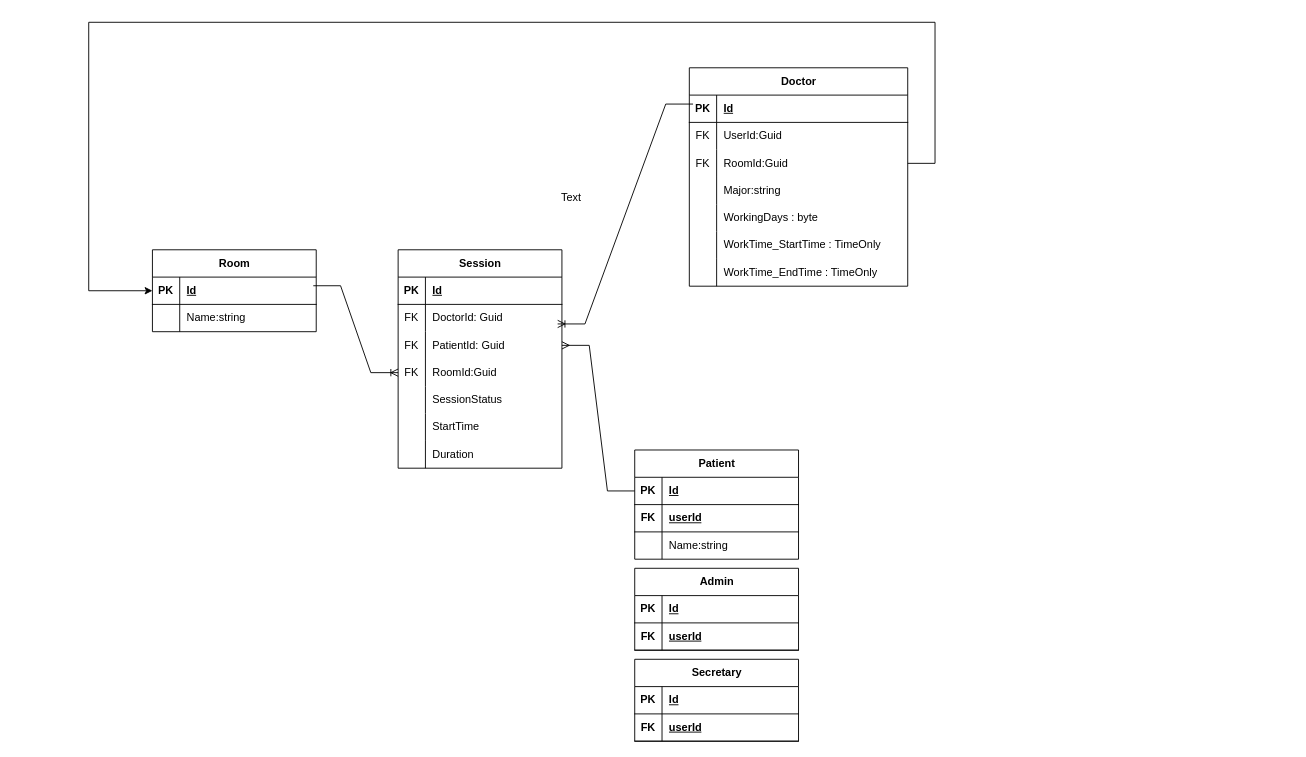
This is diagrams/Database.drawio from Azero77/PrivateClinicalSystem, a draw.io file, before an edit. Source tidied: cells renumbered, new cells numbered last; positions are measured from the earlier drawing's top-left corner, leaving out a move shared by most shapes. Both pictures are drawn from the tidied source at 91%, with x=0, y=0 at pixel (88, 22).
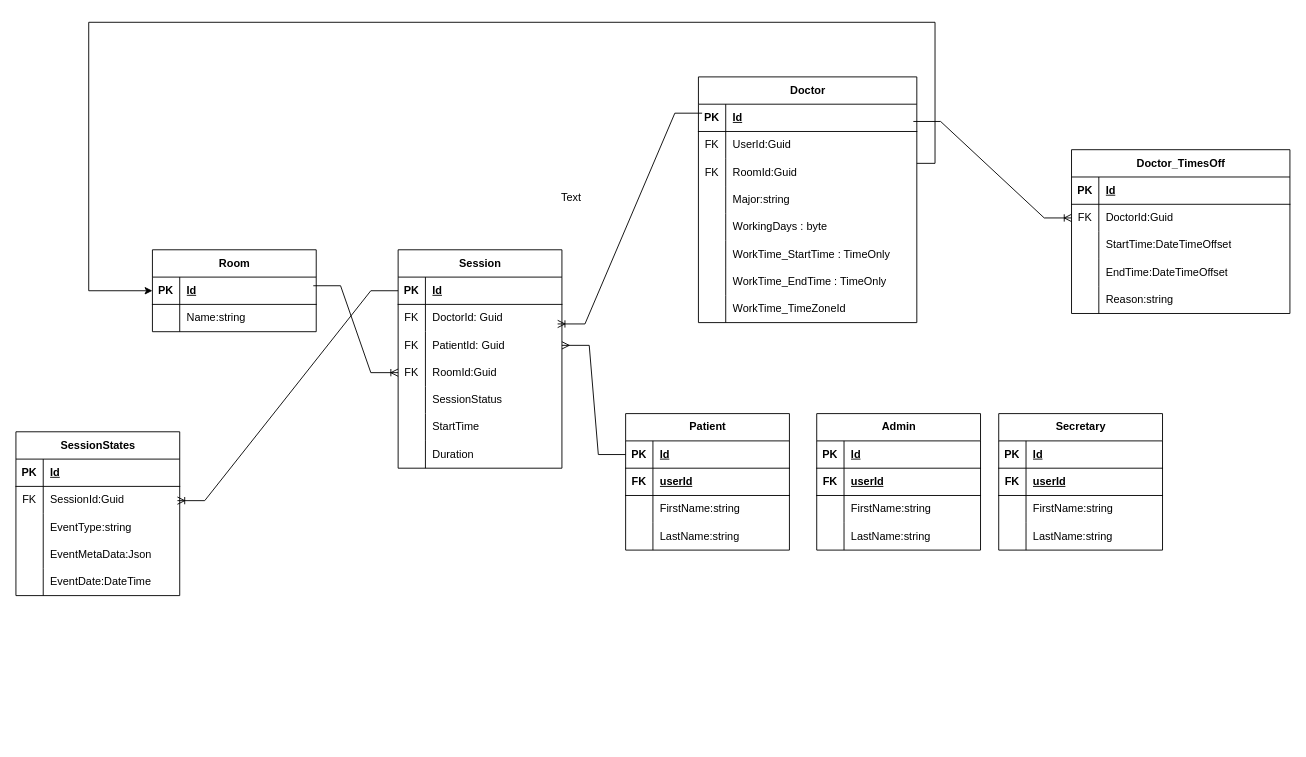
The same diagram, later.

Unchanged cells that the change refers to:
```xml
<mxCell id="3" style="shape=tableRow;horizontal=0;startSize=0;swimlaneHead=0;swimlaneBody=0;fillColor=none;points=[[0,0.5],[1,0.5]];portConstraint=eastwest;top=0;left=0;right=0;bottom=1;" parent="2" vertex="1">
  <mxGeometry y="30" width="180" height="30" as="geometry" />
</mxCell>
<mxCell id="25" style="shape=tableRow;horizontal=0;startSize=0;swimlaneHead=0;swimlaneBody=0;fillColor=none;points=[[0,0.5],[1,0.5]];portConstraint=eastwest;top=0;left=0;right=0;bottom=1;" parent="24" vertex="1">
  <mxGeometry y="30" width="240" height="30" as="geometry" />
</mxCell>
<mxCell id="62" style="shape=tableRow;horizontal=0;startSize=0;swimlaneHead=0;swimlaneBody=0;fillColor=none;top=0;left=0;right=0;bottom=0;" parent="55" vertex="1">
  <mxGeometry y="90" width="180" height="30" as="geometry" />
</mxCell>
```

Change to the diagram source:
```diff
@@
+    <mxCell id="82" value="SessionStates" style="shape=table;startSize=30;childLayout=tableLayout;rowLines=0;fontStyle=1;align=center;html=1;" parent="1" vertex="1">
+      <mxGeometry x="-80" y="450" width="180" height="180" as="geometry" />
+    </mxCell>
+    <mxCell id="83" style="shape=tableRow;horizontal=0;startSize=0;swimlaneHead=0;swimlaneBody=0;fillColor=none;top=0;left=0;right=0;bottom=1;" parent="82" vertex="1">
+      <mxGeometry y="30" width="180" height="30" as="geometry" />
+    </mxCell>
+    <mxCell id="84" value="PK" style="shape=partialRectangle;fillColor=none;top=0;left=0;bottom=0;right=0;fontStyle=1;overflow=hidden;whiteSpace=wrap;html=1;" parent="83" vertex="1">
+      <mxGeometry width="30" height="30" as="geometry" />
+    </mxCell>
+    <mxCell id="85" value="Id" style="shape=partialRectangle;fillColor=none;top=0;left=0;bottom=0;right=0;align=left;spacingLeft=6;fontStyle=5;overflow=hidden;whiteSpace=wrap;html=1;" parent="83" vertex="1">
+      <mxGeometry x="30" width="150" height="30" as="geometry" />
+    </mxCell>
+    <mxCell id="86" style="shape=tableRow;horizontal=0;startSize=0;swimlaneHead=0;swimlaneBody=0;fillColor=none;points=[[0,0.5],[1,0.5]];portConstraint=eastwest;top=0;left=0;right=0;bottom=0;" parent="82" vertex="1">
+      <mxGeometry y="60" width="180" height="30" as="geometry" />
+    </mxCell>
+    <mxCell id="87" value="FK" style="shape=partialRectangle;fillColor=none;top=0;left=0;bottom=0;right=0;overflow=hidden;whiteSpace=wrap;html=1;" parent="86" vertex="1">
+      <mxGeometry width="30" height="30" as="geometry" />
+    </mxCell>
+    <mxCell id="88" value="SessionId:Guid" style="shape=partialRectangle;fillColor=none;top=0;left=0;bottom=0;right=0;align=left;spacingLeft=6;overflow=hidden;whiteSpace=wrap;html=1;" parent="86" vertex="1">
+      <mxGeometry x="30" width="150" height="30" as="geometry" />
+    </mxCell>
+    <mxCell id="89" style="shape=tableRow;horizontal=0;startSize=0;swimlaneHead=0;swimlaneBody=0;fillColor=none;top=0;left=0;right=0;bottom=0;" parent="82" vertex="1">
+      <mxGeometry y="90" width="180" height="30" as="geometry" />
+    </mxCell>
+    <mxCell id="90" style="shape=partialRectangle;fillColor=none;top=0;left=0;bottom=0;right=0;overflow=hidden;whiteSpace=wrap;html=1;" parent="89" vertex="1">
+      <mxGeometry width="30" height="30" as="geometry" />
+    </mxCell>
+    <mxCell id="91" value="EventType:string" style="shape=partialRectangle;fillColor=none;top=0;left=0;bottom=0;right=0;align=left;spacingLeft=6;overflow=hidden;whiteSpace=wrap;html=1;" parent="89" vertex="1">
+      <mxGeometry x="30" width="150" height="30" as="geometry" />
+    </mxCell>
+    <mxCell id="92" style="shape=tableRow;horizontal=0;startSize=0;swimlaneHead=0;swimlaneBody=0;fillColor=none;top=0;left=0;right=0;bottom=0;" parent="82" vertex="1">
+      <mxGeometry y="120" width="180" height="30" as="geometry" />
+    </mxCell>
+    <mxCell id="93" style="shape=partialRectangle;fillColor=none;top=0;left=0;bottom=0;right=0;overflow=hidden;whiteSpace=wrap;html=1;" parent="92" vertex="1">
+      <mxGeometry width="30" height="30" as="geometry" />
+    </mxCell>
+    <mxCell id="94" value="EventMetaData:Json" style="shape=partialRectangle;fillColor=none;top=0;left=0;bottom=0;right=0;align=left;spacingLeft=6;overflow=hidden;whiteSpace=wrap;html=1;" parent="92" vertex="1">
+      <mxGeometry x="30" width="150" height="30" as="geometry" />
+    </mxCell>
+    <mxCell id="95" style="shape=tableRow;horizontal=0;startSize=0;swimlaneHead=0;swimlaneBody=0;fillColor=none;top=0;left=0;right=0;bottom=0;" parent="82" vertex="1">
+      <mxGeometry y="150" width="180" height="30" as="geometry" />
+    </mxCell>
+    <mxCell id="96" style="shape=partialRectangle;fillColor=none;top=0;left=0;bottom=0;right=0;overflow=hidden;whiteSpace=wrap;html=1;" parent="95" vertex="1">
+      <mxGeometry width="30" height="30" as="geometry" />
+    </mxCell>
+    <mxCell id="97" value="EventDate:DateTime" style="shape=partialRectangle;fillColor=none;top=0;left=0;bottom=0;right=0;align=left;spacingLeft=6;overflow=hidden;whiteSpace=wrap;html=1;" parent="95" vertex="1">
+      <mxGeometry x="30" width="150" height="30" as="geometry" />
+    </mxCell>
     <mxCell id="24" value="Doctor" style="shape=table;startSize=30;childLayout=tableLayout;rowLines=0;fontStyle=1;align=center;html=1;" parent="1" vertex="1">
-      <mxGeometry x="660" y="50" width="240" height="240" as="geometry" />
+      <mxGeometry x="670" y="60" width="240" height="270" as="geometry" />
     </mxCell>
@@
+    <mxCell id="98" style="shape=tableRow;horizontal=0;startSize=0;swimlaneHead=0;swimlaneBody=0;fillColor=none;top=0;left=0;right=0;bottom=0;" parent="24" vertex="1">
+      <mxGeometry y="240" width="240" height="30" as="geometry" />
+    </mxCell>
+    <mxCell id="99" style="shape=partialRectangle;fillColor=none;top=0;left=0;bottom=0;right=0;overflow=hidden;whiteSpace=wrap;html=1;" parent="98" vertex="1">
+      <mxGeometry width="30" height="30" as="geometry" />
+    </mxCell>
+    <mxCell id="100" value="WorkTime_TimeZoneId" style="shape=partialRectangle;fillColor=none;top=0;left=0;bottom=0;right=0;align=left;spacingLeft=6;overflow=hidden;whiteSpace=wrap;html=1;" parent="98" vertex="1">
+      <mxGeometry x="30" width="210" height="30" as="geometry" />
+    </mxCell>
@@
     <mxCell id="55" value="Patient" style="shape=table;startSize=30;childLayout=tableLayout;rowLines=0;fontStyle=1;align=center;html=1;" parent="1" vertex="1">
-      <mxGeometry x="600" y="470" width="180" height="120" as="geometry" />
+      <mxGeometry x="590" y="430" width="180" height="150" as="geometry" />
     </mxCell>
@@
-    <mxCell id="64" value="Name:string" style="shape=partialRectangle;fillColor=none;top=0;left=0;bottom=0;right=0;align=left;spacingLeft=6;overflow=hidden;whiteSpace=wrap;html=1;" parent="62" vertex="1">
+    <mxCell id="64" value="FirstName:string" style="shape=partialRectangle;fillColor=none;top=0;left=0;bottom=0;right=0;align=left;spacingLeft=6;overflow=hidden;whiteSpace=wrap;html=1;" parent="62" vertex="1">
       <mxGeometry x="30" width="150" height="30" as="geometry" />
     </mxCell>
+    <mxCell id="101" style="shape=tableRow;horizontal=0;startSize=0;swimlaneHead=0;swimlaneBody=0;fillColor=none;top=0;left=0;right=0;bottom=0;" parent="55" vertex="1">
+      <mxGeometry y="120" width="180" height="30" as="geometry" />
+    </mxCell>
+    <mxCell id="102" style="shape=partialRectangle;fillColor=none;top=0;left=0;bottom=0;right=0;overflow=hidden;whiteSpace=wrap;html=1;" parent="101" vertex="1">
+      <mxGeometry width="30" height="30" as="geometry" />
+    </mxCell>
+    <mxCell id="103" value="LastName:string" style="shape=partialRectangle;fillColor=none;top=0;left=0;bottom=0;right=0;align=left;spacingLeft=6;overflow=hidden;whiteSpace=wrap;html=1;" parent="101" vertex="1">
+      <mxGeometry x="30" width="150" height="30" as="geometry" />
+    </mxCell>
+    <mxCell id="73" value="Secretary" style="shape=table;startSize=30;childLayout=tableLayout;rowLines=0;fontStyle=1;align=center;html=1;" parent="1" vertex="1">
+      <mxGeometry x="1000" y="430" width="180" height="150" as="geometry" />
+    </mxCell>
+    <mxCell id="104" style="shape=tableRow;horizontal=0;startSize=0;swimlaneHead=0;swimlaneBody=0;fillColor=none;top=0;left=0;right=0;bottom=1;" parent="73" vertex="1">
+      <mxGeometry y="30" width="180" height="30" as="geometry" />
+    </mxCell>
+    <mxCell id="105" value="PK" style="shape=partialRectangle;fillColor=none;top=0;left=0;bottom=0;right=0;fontStyle=1;overflow=hidden;whiteSpace=wrap;html=1;" parent="104" vertex="1">
+      <mxGeometry width="30" height="30" as="geometry" />
+    </mxCell>
+    <mxCell id="106" value="Id" style="shape=partialRectangle;fillColor=none;top=0;left=0;bottom=0;right=0;align=left;spacingLeft=6;fontStyle=5;overflow=hidden;whiteSpace=wrap;html=1;" parent="104" vertex="1">
+      <mxGeometry x="30" width="150" height="30" as="geometry" />
+    </mxCell>
+    <mxCell id="107" style="shape=tableRow;horizontal=0;startSize=0;swimlaneHead=0;swimlaneBody=0;fillColor=none;top=0;left=0;right=0;bottom=1;" parent="73" vertex="1">
+      <mxGeometry y="60" width="180" height="30" as="geometry" />
+    </mxCell>
+    <mxCell id="108" value="FK" style="shape=partialRectangle;fillColor=none;top=0;left=0;bottom=0;right=0;fontStyle=1;overflow=hidden;whiteSpace=wrap;html=1;" parent="107" vertex="1">
+      <mxGeometry width="30" height="30" as="geometry" />
+    </mxCell>
+    <mxCell id="109" value="userId" style="shape=partialRectangle;fillColor=none;top=0;left=0;bottom=0;right=0;align=left;spacingLeft=6;fontStyle=5;overflow=hidden;whiteSpace=wrap;html=1;" parent="107" vertex="1">
+      <mxGeometry x="30" width="150" height="30" as="geometry" />
+    </mxCell>
+    <mxCell id="110" style="shape=tableRow;horizontal=0;startSize=0;swimlaneHead=0;swimlaneBody=0;fillColor=none;top=0;left=0;right=0;bottom=0;" parent="73" vertex="1">
+      <mxGeometry y="90" width="180" height="30" as="geometry" />
+    </mxCell>
+    <mxCell id="111" style="shape=partialRectangle;fillColor=none;top=0;left=0;bottom=0;right=0;overflow=hidden;whiteSpace=wrap;html=1;" parent="110" vertex="1">
+      <mxGeometry width="30" height="30" as="geometry" />
+    </mxCell>
+    <mxCell id="112" value="FirstName:string" style="shape=partialRectangle;fillColor=none;top=0;left=0;bottom=0;right=0;align=left;spacingLeft=6;overflow=hidden;whiteSpace=wrap;html=1;" parent="110" vertex="1">
+      <mxGeometry x="30" width="150" height="30" as="geometry" />
+    </mxCell>
+    <mxCell id="113" style="shape=tableRow;horizontal=0;startSize=0;swimlaneHead=0;swimlaneBody=0;fillColor=none;top=0;left=0;right=0;bottom=0;" parent="73" vertex="1">
+      <mxGeometry y="120" width="180" height="30" as="geometry" />
+    </mxCell>
+    <mxCell id="114" style="shape=partialRectangle;fillColor=none;top=0;left=0;bottom=0;right=0;overflow=hidden;whiteSpace=wrap;html=1;" parent="113" vertex="1">
+      <mxGeometry width="30" height="30" as="geometry" />
+    </mxCell>
+    <mxCell id="115" value="LastName:string" style="shape=partialRectangle;fillColor=none;top=0;left=0;bottom=0;right=0;align=left;spacingLeft=6;overflow=hidden;whiteSpace=wrap;html=1;" parent="113" vertex="1">
+      <mxGeometry x="30" width="150" height="30" as="geometry" />
+    </mxCell>
+    <mxCell id="66" value="Admin" style="shape=table;startSize=30;childLayout=tableLayout;rowLines=0;fontStyle=1;align=center;html=1;" parent="1" vertex="1">
+      <mxGeometry x="800" y="430" width="180" height="150" as="geometry" />
+    </mxCell>
+    <mxCell id="116" style="shape=tableRow;horizontal=0;startSize=0;swimlaneHead=0;swimlaneBody=0;fillColor=none;top=0;left=0;right=0;bottom=1;" parent="66" vertex="1">
+      <mxGeometry y="30" width="180" height="30" as="geometry" />
+    </mxCell>
+    <mxCell id="117" value="PK" style="shape=partialRectangle;fillColor=none;top=0;left=0;bottom=0;right=0;fontStyle=1;overflow=hidden;whiteSpace=wrap;html=1;" parent="116" vertex="1">
+      <mxGeometry width="30" height="30" as="geometry" />
+    </mxCell>
+    <mxCell id="118" value="Id" style="shape=partialRectangle;fillColor=none;top=0;left=0;bottom=0;right=0;align=left;spacingLeft=6;fontStyle=5;overflow=hidden;whiteSpace=wrap;html=1;" parent="116" vertex="1">
+      <mxGeometry x="30" width="150" height="30" as="geometry" />
+    </mxCell>
+    <mxCell id="119" style="shape=tableRow;horizontal=0;startSize=0;swimlaneHead=0;swimlaneBody=0;fillColor=none;top=0;left=0;right=0;bottom=1;" parent="66" vertex="1">
+      <mxGeometry y="60" width="180" height="30" as="geometry" />
+    </mxCell>
+    <mxCell id="120" value="FK" style="shape=partialRectangle;fillColor=none;top=0;left=0;bottom=0;right=0;fontStyle=1;overflow=hidden;whiteSpace=wrap;html=1;" parent="119" vertex="1">
+      <mxGeometry width="30" height="30" as="geometry" />
+    </mxCell>
+    <mxCell id="121" value="userId" style="shape=partialRectangle;fillColor=none;top=0;left=0;bottom=0;right=0;align=left;spacingLeft=6;fontStyle=5;overflow=hidden;whiteSpace=wrap;html=1;" parent="119" vertex="1">
+      <mxGeometry x="30" width="150" height="30" as="geometry" />
+    </mxCell>
+    <mxCell id="122" style="shape=tableRow;horizontal=0;startSize=0;swimlaneHead=0;swimlaneBody=0;fillColor=none;top=0;left=0;right=0;bottom=0;" parent="66" vertex="1">
+      <mxGeometry y="90" width="180" height="30" as="geometry" />
+    </mxCell>
+    <mxCell id="123" style="shape=partialRectangle;fillColor=none;top=0;left=0;bottom=0;right=0;overflow=hidden;whiteSpace=wrap;html=1;" parent="122" vertex="1">
+      <mxGeometry width="30" height="30" as="geometry" />
+    </mxCell>
+    <mxCell id="124" value="FirstName:string" style="shape=partialRectangle;fillColor=none;top=0;left=0;bottom=0;right=0;align=left;spacingLeft=6;overflow=hidden;whiteSpace=wrap;html=1;" parent="122" vertex="1">
+      <mxGeometry x="30" width="150" height="30" as="geometry" />
+    </mxCell>
+    <mxCell id="125" style="shape=tableRow;horizontal=0;startSize=0;swimlaneHead=0;swimlaneBody=0;fillColor=none;top=0;left=0;right=0;bottom=0;" parent="66" vertex="1">
+      <mxGeometry y="120" width="180" height="30" as="geometry" />
+    </mxCell>
+    <mxCell id="126" style="shape=partialRectangle;fillColor=none;top=0;left=0;bottom=0;right=0;overflow=hidden;whiteSpace=wrap;html=1;" parent="125" vertex="1">
+      <mxGeometry width="30" height="30" as="geometry" />
+    </mxCell>
+    <mxCell id="127" value="LastName:string" style="shape=partialRectangle;fillColor=none;top=0;left=0;bottom=0;right=0;align=left;spacingLeft=6;overflow=hidden;whiteSpace=wrap;html=1;" parent="125" vertex="1">
+      <mxGeometry x="30" width="150" height="30" as="geometry" />
+    </mxCell>
@@
-    <mxCell id="66" value="Admin" style="shape=table;startSize=30;childLayout=tableLayout;rowLines=0;fontStyle=1;align=center;html=1;" parent="1" vertex="1">
-      <mxGeometry x="600" y="600" width="180" height="90" as="geometry" />
-    </mxCell>
-    <mxCell id="67" style="shape=tableRow;horizontal=0;startSize=0;swimlaneHead=0;swimlaneBody=0;fillColor=none;top=0;left=0;right=0;bottom=1;" parent="66" vertex="1">
-      <mxGeometry y="30" width="180" height="30" as="geometry" />
-    </mxCell>
-    <mxCell id="68" value="PK" style="shape=partialRectangle;fillColor=none;top=0;left=0;bottom=0;right=0;fontStyle=1;overflow=hidden;whiteSpace=wrap;html=1;" parent="67" vertex="1">
-      <mxGeometry width="30" height="30" as="geometry" />
-    </mxCell>
-    <mxCell id="69" value="Id" style="shape=partialRectangle;fillColor=none;top=0;left=0;bottom=0;right=0;align=left;spacingLeft=6;fontStyle=5;overflow=hidden;whiteSpace=wrap;html=1;" parent="67" vertex="1">
-      <mxGeometry x="30" width="150" height="30" as="geometry" />
-    </mxCell>
-    <mxCell id="70" style="shape=tableRow;horizontal=0;startSize=0;swimlaneHead=0;swimlaneBody=0;fillColor=none;top=0;left=0;right=0;bottom=1;" parent="66" vertex="1">
-      <mxGeometry y="60" width="180" height="30" as="geometry" />
-    </mxCell>
-    <mxCell id="71" value="FK" style="shape=partialRectangle;fillColor=none;top=0;left=0;bottom=0;right=0;fontStyle=1;overflow=hidden;whiteSpace=wrap;html=1;" parent="70" vertex="1">
-      <mxGeometry width="30" height="30" as="geometry" />
-    </mxCell>
-    <mxCell id="72" value="userId" style="shape=partialRectangle;fillColor=none;top=0;left=0;bottom=0;right=0;align=left;spacingLeft=6;fontStyle=5;overflow=hidden;whiteSpace=wrap;html=1;" parent="70" vertex="1">
-      <mxGeometry x="30" width="150" height="30" as="geometry" />
-    </mxCell>
-    <mxCell id="73" value="Secretary" style="shape=table;startSize=30;childLayout=tableLayout;rowLines=0;fontStyle=1;align=center;html=1;" parent="1" vertex="1">
-      <mxGeometry x="600" y="700" width="180" height="90" as="geometry" />
-    </mxCell>
-    <mxCell id="74" style="shape=tableRow;horizontal=0;startSize=0;swimlaneHead=0;swimlaneBody=0;fillColor=none;top=0;left=0;right=0;bottom=1;" parent="73" vertex="1">
-      <mxGeometry y="30" width="180" height="30" as="geometry" />
-    </mxCell>
-    <mxCell id="75" value="PK" style="shape=partialRectangle;fillColor=none;top=0;left=0;bottom=0;right=0;fontStyle=1;overflow=hidden;whiteSpace=wrap;html=1;" parent="74" vertex="1">
-      <mxGeometry width="30" height="30" as="geometry" />
-    </mxCell>
-    <mxCell id="76" value="Id" style="shape=partialRectangle;fillColor=none;top=0;left=0;bottom=0;right=0;align=left;spacingLeft=6;fontStyle=5;overflow=hidden;whiteSpace=wrap;html=1;" parent="74" vertex="1">
-      <mxGeometry x="30" width="150" height="30" as="geometry" />
-    </mxCell>
-    <mxCell id="77" style="shape=tableRow;horizontal=0;startSize=0;swimlaneHead=0;swimlaneBody=0;fillColor=none;top=0;left=0;right=0;bottom=1;" parent="73" vertex="1">
-      <mxGeometry y="60" width="180" height="30" as="geometry" />
-    </mxCell>
-    <mxCell id="78" value="FK" style="shape=partialRectangle;fillColor=none;top=0;left=0;bottom=0;right=0;fontStyle=1;overflow=hidden;whiteSpace=wrap;html=1;" parent="77" vertex="1">
-      <mxGeometry width="30" height="30" as="geometry" />
-    </mxCell>
-    <mxCell id="79" value="userId" style="shape=partialRectangle;fillColor=none;top=0;left=0;bottom=0;right=0;align=left;spacingLeft=6;fontStyle=5;overflow=hidden;whiteSpace=wrap;html=1;" parent="77" vertex="1">
-      <mxGeometry x="30" width="150" height="30" as="geometry" />
-    </mxCell>
@@
+    <mxCell id="128" value="Doctor_TimesOff" style="shape=table;startSize=30;childLayout=tableLayout;rowLines=0;fontStyle=1;align=center;html=1;" parent="1" vertex="1">
+      <mxGeometry x="1080" y="140" width="240" height="180" as="geometry" />
+    </mxCell>
+    <mxCell id="129" style="shape=tableRow;horizontal=0;startSize=0;swimlaneHead=0;swimlaneBody=0;fillColor=none;top=0;left=0;right=0;bottom=1;" parent="128" vertex="1">
+      <mxGeometry y="30" width="240" height="30" as="geometry" />
+    </mxCell>
+    <mxCell id="130" value="PK" style="shape=partialRectangle;fillColor=none;top=0;left=0;bottom=0;right=0;fontStyle=1;overflow=hidden;whiteSpace=wrap;html=1;" parent="129" vertex="1">
+      <mxGeometry width="30" height="30" as="geometry" />
+    </mxCell>
+    <mxCell id="131" value="Id" style="shape=partialRectangle;fillColor=none;top=0;left=0;bottom=0;right=0;align=left;spacingLeft=6;fontStyle=5;overflow=hidden;whiteSpace=wrap;html=1;" parent="129" vertex="1">
+      <mxGeometry x="30" width="210" height="30" as="geometry" />
+    </mxCell>
+    <mxCell id="132" style="shape=tableRow;horizontal=0;startSize=0;swimlaneHead=0;swimlaneBody=0;fillColor=none;points=[[0,0.5],[1,0.5]];portConstraint=eastwest;top=0;left=0;right=0;bottom=0;" parent="128" vertex="1">
+      <mxGeometry y="60" width="240" height="30" as="geometry" />
+    </mxCell>
+    <mxCell id="133" value="FK" style="shape=partialRectangle;fillColor=none;top=0;left=0;bottom=0;right=0;overflow=hidden;whiteSpace=wrap;html=1;" parent="132" vertex="1">
+      <mxGeometry width="30" height="30" as="geometry" />
+    </mxCell>
+    <mxCell id="134" value="DoctorId:Guid" style="shape=partialRectangle;fillColor=none;top=0;left=0;bottom=0;right=0;align=left;spacingLeft=6;overflow=hidden;whiteSpace=wrap;html=1;" parent="132" vertex="1">
+      <mxGeometry x="30" width="210" height="30" as="geometry" />
+    </mxCell>
+    <mxCell id="135" style="shape=tableRow;horizontal=0;startSize=0;swimlaneHead=0;swimlaneBody=0;fillColor=none;top=0;left=0;right=0;bottom=0;" parent="128" vertex="1">
+      <mxGeometry y="90" width="240" height="30" as="geometry" />
+    </mxCell>
+    <mxCell id="136" style="shape=partialRectangle;fillColor=none;top=0;left=0;bottom=0;right=0;overflow=hidden;whiteSpace=wrap;html=1;" parent="135" vertex="1">
+      <mxGeometry width="30" height="30" as="geometry" />
+    </mxCell>
+    <mxCell id="137" value="StartTime:DateTimeOffset" style="shape=partialRectangle;fillColor=none;top=0;left=0;bottom=0;right=0;align=left;spacingLeft=6;overflow=hidden;whiteSpace=wrap;html=1;" parent="135" vertex="1">
+      <mxGeometry x="30" width="210" height="30" as="geometry" />
+    </mxCell>
+    <mxCell id="138" style="shape=tableRow;horizontal=0;startSize=0;swimlaneHead=0;swimlaneBody=0;fillColor=none;top=0;left=0;right=0;bottom=0;" parent="128" vertex="1">
+      <mxGeometry y="120" width="240" height="30" as="geometry" />
+    </mxCell>
+    <mxCell id="139" style="shape=partialRectangle;fillColor=none;top=0;left=0;bottom=0;right=0;overflow=hidden;whiteSpace=wrap;html=1;" parent="138" vertex="1">
+      <mxGeometry width="30" height="30" as="geometry" />
+    </mxCell>
+    <mxCell id="140" value="EndTime:DateTimeOffset" style="shape=partialRectangle;fillColor=none;top=0;left=0;bottom=0;right=0;align=left;spacingLeft=6;overflow=hidden;whiteSpace=wrap;html=1;" parent="138" vertex="1">
+      <mxGeometry x="30" width="210" height="30" as="geometry" />
+    </mxCell>
+    <mxCell id="141" style="shape=tableRow;horizontal=0;startSize=0;swimlaneHead=0;swimlaneBody=0;fillColor=none;top=0;left=0;right=0;bottom=0;" parent="128" vertex="1">
+      <mxGeometry y="150" width="240" height="30" as="geometry" />
+    </mxCell>
+    <mxCell id="142" style="shape=partialRectangle;fillColor=none;top=0;left=0;bottom=0;right=0;overflow=hidden;whiteSpace=wrap;html=1;" parent="141" vertex="1">
+      <mxGeometry width="30" height="30" as="geometry" />
+    </mxCell>
+    <mxCell id="143" value="Reason:string" style="shape=partialRectangle;fillColor=none;top=0;left=0;bottom=0;right=0;align=left;spacingLeft=6;overflow=hidden;whiteSpace=wrap;html=1;" parent="141" vertex="1">
+      <mxGeometry x="30" width="210" height="30" as="geometry" />
+    </mxCell>
+    <mxCell id="144" style="edgeStyle=entityRelationEdgeStyle;fontSize=12;html=1;endArrow=ERoneToMany;rounded=0;exitX=0.984;exitY=0.633;exitDx=0;exitDy=0;exitPerimeter=0;" parent="1" edge="1" source="25" target="132">
+      <mxGeometry relative="1" as="geometry" />
+    </mxCell>
+    <mxCell id="145" style="edgeStyle=entityRelationEdgeStyle;fontSize=12;html=1;endArrow=ERoneToMany;rounded=0;entryX=0.986;entryY=0.522;entryDx=0;entryDy=0;entryPerimeter=0;" parent="1" edge="1" source="3" target="86">
+      <mxGeometry relative="1" as="geometry">
+        <Array as="points">
+          <mxPoint x="-110" y="680" />
+          <mxPoint x="-120" y="660" />
+          <mxPoint x="-110" y="680" />
+        </Array>
+      </mxGeometry>
+    </mxCell>
```
